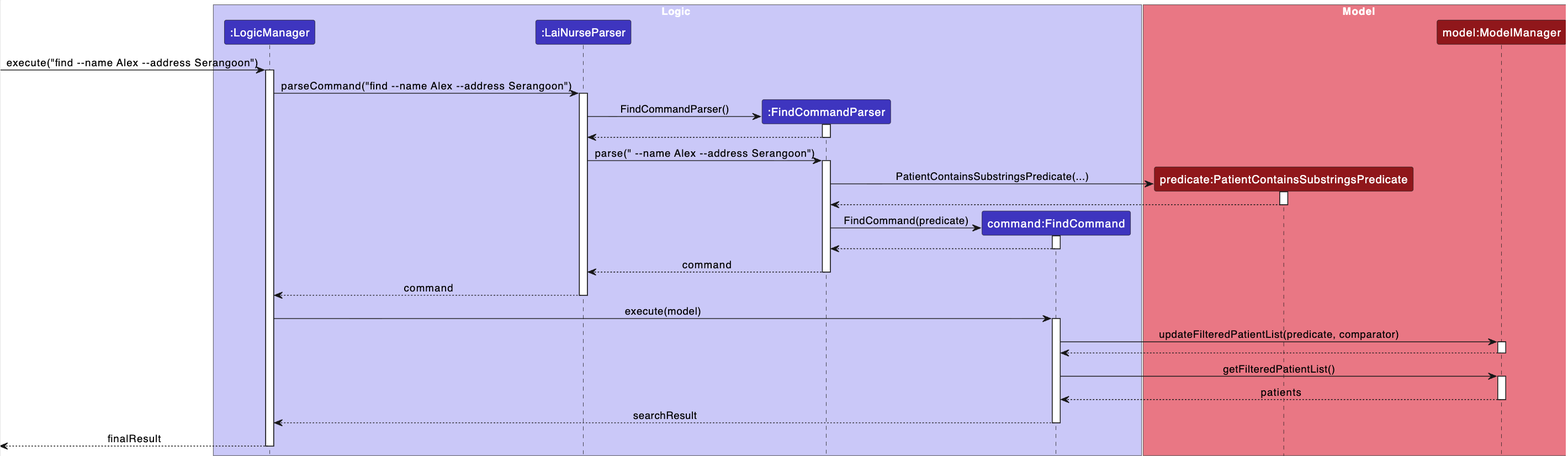
Before: docs/images/FindSequenceDiagram.png, a diagram exported from PlantUML (AY2627S1-CS2103T-F08-2/tp). Its source is kept beside it as docs/diagrams/FindSequenceDiagram.puml.
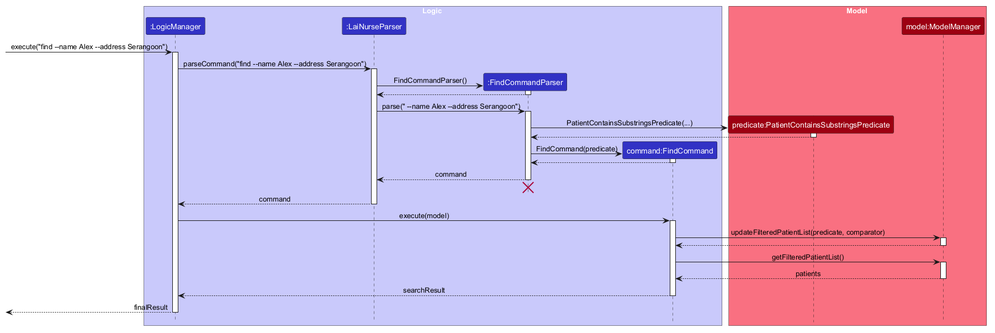
The same diagram one commit later.

Commit message:
Fix the find diagram and drop the stale note

Diff of the diagram source:
```diff
@@ -46,6 +46,8 @@
 
 FindCommandParser --> LaiNurseParser : command
 deactivate FindCommandParser
+FindCommandParser -[hidden]-> LaiNurseParser
+destroy FindCommandParser
 
 LaiNurseParser --> LogicManager : command
 deactivate LaiNurseParser
```
